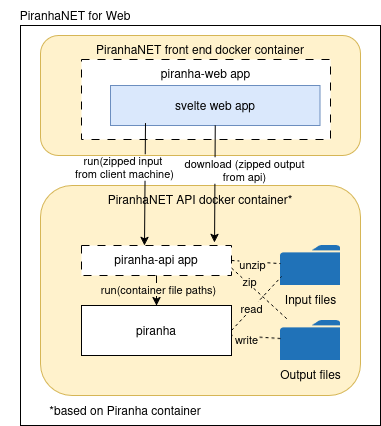
polio-nanopore/piranhaNET keeps this draw.io diagram as diagrams/PiranhaNET Web architecture.drawio.png. Above is the earlier version. Source tidied: cells renumbered, new cells last; positions are measured from the earlier drawing's top-left corner, leaving out a move shared by most shapes.
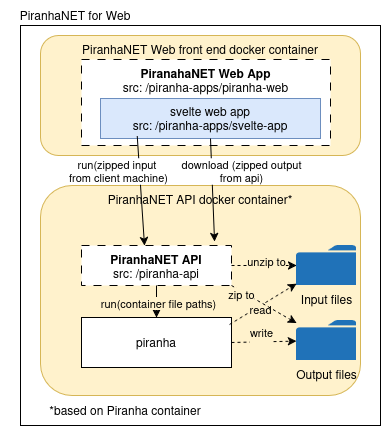
The same file after the commit.

Commit message:
updates to architecture diagrams and explanation

Diff of the diagram source:
```diff
@@ -8,66 +8,44 @@
     <mxCell id="3" value="PiranhaNET for Web" style="text;html=1;whiteSpace=wrap;strokeColor=none;fillColor=none;align=center;verticalAlign=middle;rounded=0;" parent="1" vertex="1">
       <mxGeometry width="150" height="30" as="geometry" />
     </mxCell>
-    <mxCell id="4" value="PiranhaNET front end docker container" style="rounded=1;whiteSpace=wrap;html=1;fillColor=#fff2cc;strokeColor=#d6b656;verticalAlign=top;" parent="1" vertex="1">
+    <mxCell id="4" value="PiranhaNET Web front end docker container" style="rounded=1;whiteSpace=wrap;html=1;fillColor=#fff2cc;strokeColor=#d6b656;verticalAlign=top;" parent="1" vertex="1">
       <mxGeometry x="40" y="35" width="320" height="120" as="geometry" />
     </mxCell>
     <mxCell id="5" value="&lt;div&gt;PiranhaNET API&amp;nbsp;docker container*&lt;/div&gt;&lt;div&gt;&lt;br&gt;&lt;/div&gt;" style="rounded=1;whiteSpace=wrap;html=1;fillColor=#fff2cc;strokeColor=#d6b656;verticalAlign=top;align=center;" parent="1" vertex="1">
       <mxGeometry x="40" y="185" width="320" height="210" as="geometry" />
     </mxCell>
-    <mxCell id="6" value="piranha-web app" style="rounded=0;whiteSpace=wrap;html=1;dashed=1;dashPattern=8 8;verticalAlign=top;" parent="1" vertex="1">
-      <mxGeometry x="81" y="59" width="249" height="80" as="geometry" />
+    <mxCell id="6" value="&lt;div&gt;&lt;b&gt;PiranahaNET Web App&lt;/b&gt;&lt;/div&gt;src: /piranha-apps/piranha-web" style="rounded=0;whiteSpace=wrap;html=1;dashed=1;dashPattern=8 8;verticalAlign=top;" parent="1" vertex="1">
+      <mxGeometry x="81" y="59" width="249" height="86" as="geometry" />
     </mxCell>
-    <mxCell id="7" value="svelte web app" style="rounded=0;whiteSpace=wrap;html=1;fillColor=#dae8fc;strokeColor=#6c8ebf;" parent="1" vertex="1">
-      <mxGeometry x="110" y="85" width="209.5" height="40" as="geometry" />
+    <mxCell id="7" value="&lt;div&gt;svelte web app&lt;/div&gt;&lt;div&gt;src: /piranha-apps/svelte-app&lt;/div&gt;" style="rounded=0;whiteSpace=wrap;html=1;fillColor=#dae8fc;strokeColor=#6c8ebf;" parent="1" vertex="1">
+      <mxGeometry x="100" y="98" width="220" height="40" as="geometry" />
     </mxCell>
-    <mxCell id="8" value="piranha-api app" style="rounded=0;whiteSpace=wrap;html=1;dashed=1;dashPattern=8 8;verticalAlign=top;" parent="1" vertex="1">
-      <mxGeometry x="81" y="245" width="150" height="30" as="geometry" />
+    <mxCell id="8" value="&lt;div&gt;&lt;b&gt;PiranhaNET API&lt;/b&gt;&lt;/div&gt;&lt;div&gt;src: /piranha-api&lt;/div&gt;" style="rounded=0;whiteSpace=wrap;html=1;dashed=1;dashPattern=8 8;verticalAlign=top;" parent="1" vertex="1">
+      <mxGeometry x="81" y="245" width="150" height="40" as="geometry" />
     </mxCell>
     <mxCell id="9" value="piranha" style="rounded=0;whiteSpace=wrap;html=1;" parent="1" vertex="1">
-      <mxGeometry x="81" y="305" width="150" height="50" as="geometry" />
+      <mxGeometry x="81" y="317" width="150" height="50" as="geometry" />
     </mxCell>
     <mxCell id="10" value="Output files" style="sketch=0;shadow=0;dashed=0;html=1;strokeColor=none;labelPosition=center;verticalLabelPosition=bottom;verticalAlign=top;outlineConnect=0;align=center;shape=mxgraph.office.concepts.folder;fillColor=#2072B8;" parent="1" vertex="1">
-      <mxGeometry x="280" y="320" width="60" height="40" as="geometry" />
+      <mxGeometry x="296" y="320" width="60" height="40" as="geometry" />
     </mxCell>
     <mxCell id="11" value="Input files" style="sketch=0;shadow=0;dashed=0;html=1;strokeColor=none;labelPosition=center;verticalLabelPosition=bottom;verticalAlign=top;outlineConnect=0;align=center;shape=mxgraph.office.concepts.folder;fillColor=#2072B8;" parent="1" vertex="1">
-      <mxGeometry x="280" y="245" width="60" height="40" as="geometry" />
+      <mxGeometry x="296" y="245" width="60" height="40" as="geometry" />
     </mxCell>
     <mxCell id="12" style="endArrow=classic;html=1;rounded=0;defaultLabelBackgroundColor=page;exitX=0.5;exitY=1;exitDx=0;exitDy=0;entryX=0.5;entryY=0;entryDx=0;entryDy=0;" parent="1" edge="1" source="8" target="9">
       <mxGeometry relative="1" as="geometry" />
     </mxCell>
     <mxCell id="13" value="run(container file paths)" style="edgeLabel;html=1;align=center;verticalAlign=middle;inheritText=1;defaultLabelBackgroundColor=page;" parent="12" vertex="1">
-      <mxGeometry x="-0.13" y="1" relative="1" as="geometry" />
+      <mxGeometry x="-0.13" y="1" relative="1" as="geometry">
+        <mxPoint y="3" as="offset" />
+      </mxGeometry>
     </mxCell>
-    <mxCell id="14" style="endArrow=none;dashed=1;html=1;rounded=0;defaultLabelBackgroundColor=page;exitX=1;exitY=0.5;exitDx=0;exitDy=0;" parent="1" edge="1" source="8" target="11">
-      <mxGeometry relative="1" as="geometry" />
-    </mxCell>
-    <mxCell id="15" value="unzip" style="edgeLabel;html=1;align=center;verticalAlign=middle;inheritText=1;defaultLabelBackgroundColor=page;" parent="14" vertex="1">
-      <mxGeometry x="-0.14" y="-2" relative="1" as="geometry" />
-    </mxCell>
-    <mxCell id="16" style="endArrow=none;dashed=1;html=1;rounded=0;defaultLabelBackgroundColor=page;exitX=1;exitY=0.75;exitDx=0;exitDy=0;" parent="1" edge="1" source="8" target="10">
-      <mxGeometry relative="1" as="geometry" />
-    </mxCell>
-    <mxCell id="17" value="zip" style="edgeLabel;html=1;align=center;verticalAlign=middle;inheritText=1;defaultLabelBackgroundColor=page;" parent="16" vertex="1">
-      <mxGeometry x="-0.44" y="2" relative="1" as="geometry" />
-    </mxCell>
-    <mxCell id="18" style="endArrow=none;dashed=1;html=1;rounded=0;defaultLabelBackgroundColor=page;entryX=0.017;entryY=0.775;entryDx=0;entryDy=0;entryPerimeter=0;exitX=1;exitY=0.5;exitDx=0;exitDy=0;" parent="1" edge="1" source="9" target="11">
-      <mxGeometry relative="1" as="geometry" />
-    </mxCell>
-    <mxCell id="19" value="read" style="edgeLabel;html=1;align=center;verticalAlign=middle;inheritText=1;defaultLabelBackgroundColor=page;" parent="18" vertex="1">
-      <mxGeometry x="-0.17" y="1" relative="1" as="geometry" />
-    </mxCell>
-    <mxCell id="20" style="endArrow=none;dashed=1;html=1;rounded=0;defaultLabelBackgroundColor=page;" parent="1" edge="1" source="10" target="9">
-      <mxGeometry relative="1" as="geometry" />
-    </mxCell>
-    <mxCell id="21" value="write" style="edgeLabel;html=1;align=center;verticalAlign=middle;inheritText=1;defaultLabelBackgroundColor=page;" parent="20" vertex="1">
-      <mxGeometry x="0.38" y="3" relative="1" as="geometry" />
-    </mxCell>
     <mxCell id="22" style="endArrow=classic;html=1;rounded=0;defaultLabelBackgroundColor=page;exitX=0.167;exitY=0.94;exitDx=0;exitDy=0;entryX=0.42;entryY=0;entryDx=0;entryDy=0;entryPerimeter=0;exitPerimeter=0;" parent="1" edge="1" source="7" target="8">
       <mxGeometry relative="1" as="geometry" />
     </mxCell>
     <mxCell id="23" value="&lt;div&gt;run(zipped input&amp;nbsp;&lt;/div&gt;&lt;div&gt;from client machine)&lt;/div&gt;" style="edgeLabel;html=1;align=center;verticalAlign=middle;inheritText=1;defaultLabelBackgroundColor=page;" parent="22" vertex="1">
       <mxGeometry x="-0.58" relative="1" as="geometry">
-        <mxPoint x="-21" y="19" as="offset" />
+        <mxPoint x="-21" y="12" as="offset" />
       </mxGeometry>
     </mxCell>
     <mxCell id="24" style="endArrow=classic;html=1;rounded=0;defaultLabelBackgroundColor=page;exitX=0.5;exitY=1;exitDx=0;exitDy=0;entryX=0.887;entryY=-0.1;entryDx=0;entryDy=0;entryPerimeter=0;" parent="1" edge="1" source="7" target="8">
@@ -75,11 +53,37 @@
     </mxCell>
     <mxCell id="25" value="&lt;div&gt;download (zipped output&lt;/div&gt;&lt;div&gt;from api)&lt;/div&gt;" style="edgeLabel;html=1;align=center;verticalAlign=middle;inheritText=1;defaultLabelBackgroundColor=page;" parent="24" vertex="1">
       <mxGeometry x="-0.27" y="-1" relative="1" as="geometry">
-        <mxPoint x="30" y="2" as="offset" />
+        <mxPoint x="30" y="-6" as="offset" />
       </mxGeometry>
     </mxCell>
     <mxCell id="26" value="*based on Piranha container" style="text;html=1;whiteSpace=wrap;strokeColor=none;fillColor=none;align=center;verticalAlign=middle;rounded=0;" parent="1" vertex="1">
       <mxGeometry x="40" y="395" width="170" height="30" as="geometry" />
     </mxCell>
+    <mxCell id="18" style="endArrow=classic;html=1;rounded=0;defaultLabelBackgroundColor=page;exitX=0.987;exitY=0.14;exitDx=0;exitDy=0;exitPerimeter=0;dashed=1;" parent="1" edge="1" source="9" target="11">
+      <mxGeometry relative="1" as="geometry" />
+    </mxCell>
+    <mxCell id="19" value="read" style="edgeLabel;html=1;align=center;verticalAlign=middle;inheritText=1;defaultLabelBackgroundColor=page;" parent="18" vertex="1">
+      <mxGeometry x="-0.13" y="-3" relative="1" as="geometry" />
+    </mxCell>
+    <mxCell id="27" style="endArrow=classic;html=1;rounded=0;defaultLabelBackgroundColor=page;exitX=1;exitY=0.5;exitDx=0;exitDy=0;dashed=1;" parent="1" edge="1" source="9" target="10">
+      <mxGeometry relative="1" as="geometry" />
+    </mxCell>
+    <mxCell id="21" value="&lt;div&gt;write&lt;/div&gt;&lt;div&gt;&lt;br&gt;&lt;/div&gt;" style="edgeLabel;html=1;align=center;verticalAlign=middle;inheritText=1;defaultLabelBackgroundColor=page;" parent="27" vertex="1">
+      <mxGeometry x="-0.08" y="3" relative="1" as="geometry" />
+    </mxCell>
+    <mxCell id="16" style="endArrow=classic;html=1;rounded=0;defaultLabelBackgroundColor=page;exitX=1;exitY=1;exitDx=0;exitDy=0;dashed=1;" parent="1" edge="1" source="8" target="10">
+      <mxGeometry relative="1" as="geometry" />
+    </mxCell>
+    <mxCell id="28" value="zip to" style="edgeLabel;html=1;align=center;verticalAlign=middle;inheritText=1;defaultLabelBackgroundColor=page;" parent="16" vertex="1">
+      <mxGeometry x="-0.44" y="-2" relative="1" as="geometry">
+        <mxPoint x="-8" y="-4" as="offset" />
+      </mxGeometry>
+    </mxCell>
+    <mxCell id="14" style="endArrow=classic;html=1;rounded=0;defaultLabelBackgroundColor=page;exitX=1;exitY=0.5;exitDx=0;exitDy=0;dashed=1;" parent="1" edge="1" source="8" target="11">
+      <mxGeometry relative="1" as="geometry" />
+    </mxCell>
+    <mxCell id="29" value="unzip to" style="edgeLabel;html=1;align=center;verticalAlign=middle;inheritText=1;defaultLabelBackgroundColor=page;" parent="14" vertex="1">
+      <mxGeometry x="0.05" y="5" relative="1" as="geometry" />
+    </mxCell>
   </root>
 </mxGraphModel>
```
